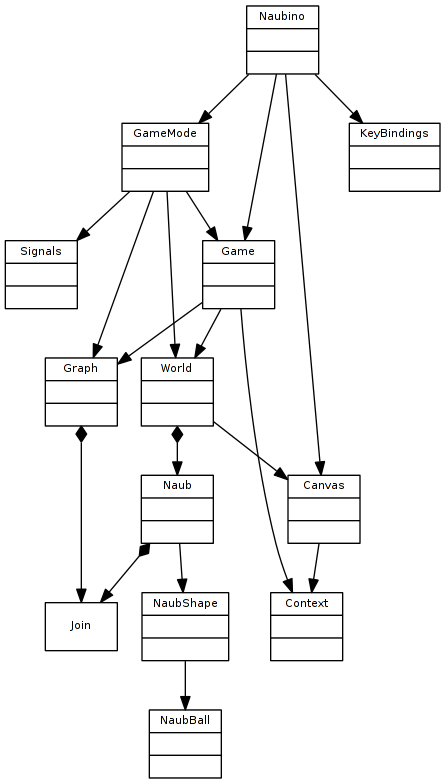
Before: uml.png, a diagram exported from Graphviz (naubino/naubino.js). Its source is kept beside it as uml.dot. The source it was exported from:
```dot
digraph G {
  fontname = "Bitstream Vera Sans"
  fontsize = 8

  node [
    fontname = "Bitstream Vera Sans"
    fontsize = 8
    shape = "record"
  ]
  edge [
    fontname = "Bitstream Vera Sans"
    fontsize = 8
    arrowhead = "normal"
    arrowtail  = "none"
    dir = "both"
  ]

  Naubino [
    label="{Naubino||}"
  ]


  Game[
    label="{Game||}"
  ]

  Canvas[
    label="{Canvas||}"
  ]

  Ctx[
    label="{Context||}"
  ]

  KeyBindings[
    label="{KeyBindings||}"
  ]

  Signals[
    label="{Signals||}"
  ]

  World[
    label="{World||}"
  ]

  GameMode[
    label="{GameMode||}"
  ]

  The_Graph[
    label="{Graph||}"
  ]

  Naub[
    label="{Naub||}"
  ]

  NaubShape[
    label="{NaubShape||}"
  ]

  NaubBall[
    label="{NaubBall||}"
  ]

 Naubino -> Game
 Naubino -> Canvas
 Naubino -> KeyBindings
 Naubino -> GameMode
 Canvas -> Ctx
 Game -> World
 Game -> The_Graph
 Game -> Ctx
 The_Graph -> Join [arrowtail = "diamond" ]

 GameMode -> Game
 GameMode -> The_Graph
 GameMode -> World
 GameMode -> Signals

 World -> Naub [arrowtail = "diamond" ]
 World -> Canvas

 Naub -> NaubShape
 NaubShape -> NaubBall
 Naub -> Join [arrowtail = "diamond" ]



}
```
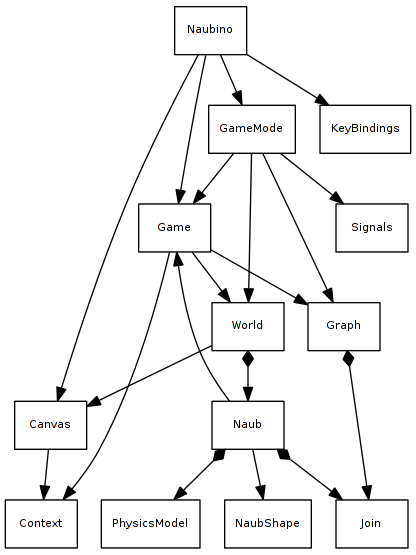
After the change.

The edit, as a diff of the source:
```diff
@@ -16,63 +16,66 @@
   ]
 
   Naubino [
-    label="{Naubino||}"
+    label="{Naubino}"
   ]
 
 
   Game[
-    label="{Game||}"
+    label="{Game}"
   ]
 
   Canvas[
-    label="{Canvas||}"
+    label="{Canvas}"
   ]
 
   Ctx[
-    label="{Context||}"
+    label="{Context}"
   ]
 
   KeyBindings[
-    label="{KeyBindings||}"
+    label="{KeyBindings}"
   ]
 
   Signals[
-    label="{Signals||}"
+    label="{Signals}"
   ]
 
   World[
-    label="{World||}"
+    label="{World}"
   ]
 
   GameMode[
-    label="{GameMode||}"
+    label="{GameMode}"
   ]
 
   The_Graph[
-    label="{Graph||}"
+    label="{Graph}"
   ]
 
   Naub[
-    label="{Naub||}"
+    label="{Naub}"
   ]
 
   NaubShape[
-    label="{NaubShape||}"
+    label="{NaubShape}"
   ]
 
-  NaubBall[
-    label="{NaubBall||}"
+
+  Physics[
+    label="{PhysicsModel}"
   ]
 
  Naubino -> Game
  Naubino -> Canvas
  Naubino -> KeyBindings
  Naubino -> GameMode
- Canvas -> Ctx
+
  Game -> World
  Game -> The_Graph
  Game -> Ctx
+
  The_Graph -> Join [arrowtail = "diamond" ]
+ Canvas -> Ctx
 
  GameMode -> Game
  GameMode -> The_Graph
@@ -83,7 +86,9 @@
  World -> Canvas
 
  Naub -> NaubShape
- NaubShape -> NaubBall
+ Naub -> Game
+ Naub -> Physics [arrowtail = "diamond" ]
+
  Naub -> Join [arrowtail = "diamond" ]
 
 
```
